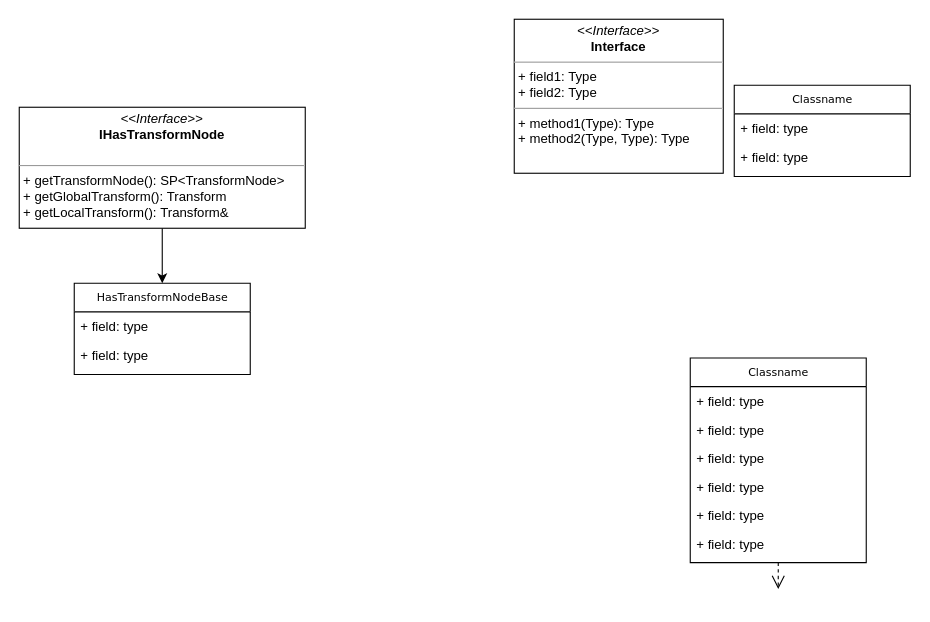
This is docs/uml.drawio from rekrom/adsil-simulation, a draw.io file, before an edit. Source tidied: cells renumbered, new cells numbered last; positions are measured from the earlier drawing's top-left corner, leaving out a move shared by most shapes. Both pictures are drawn from the tidied source at 110%, with x=0, y=0 at pixel (19, 19).
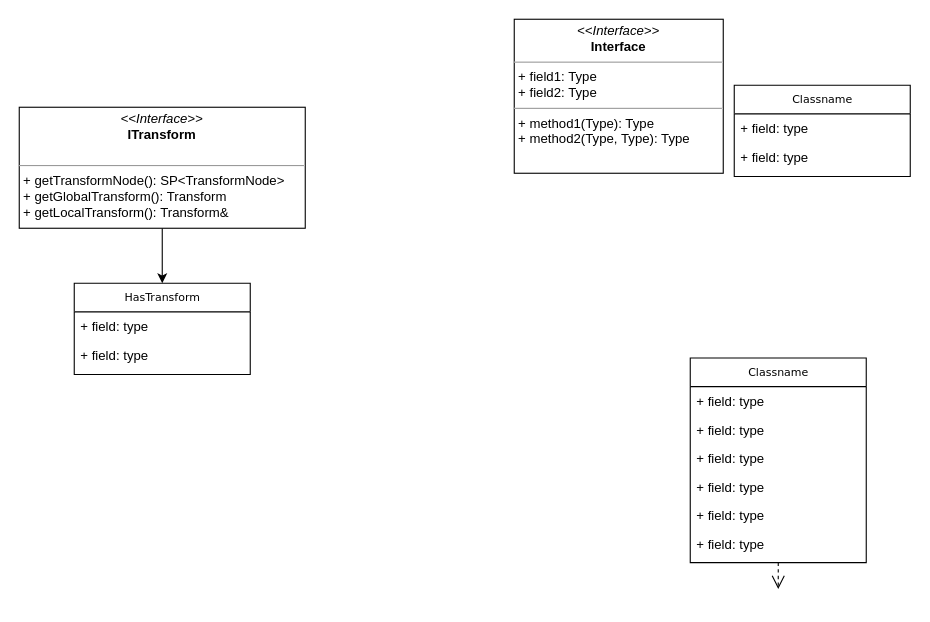
The same diagram, later.

Change to the diagram source:
```diff
@@
 <mxGraphModel>
   <root>
     <mxCell id="0" />
     <mxCell id="1" parent="0" />
     <mxCell id="2" style="edgeStyle=orthogonalEdgeStyle;rounded=0;html=1;dashed=1;labelBackgroundColor=none;startFill=0;endArrow=open;endFill=0;endSize=10;fontFamily=Verdana;fontSize=10;" parent="1" edge="1" source="3">
       <mxGeometry relative="1" as="geometry">
         <mxPoint x="690" y="518" as="targetPoint" />
       </mxGeometry>
     </mxCell>
     <mxCell id="3" value="Classname" style="swimlane;html=1;fontStyle=0;horizontal=1;startSize=26;fillColor=none;swimlaneFillColor=#ffffff;rounded=0;shadow=0;comic=0;labelBackgroundColor=none;strokeWidth=1;fontFamily=Verdana;fontSize=10;align=center;" parent="1" vertex="1">
       <mxGeometry x="610" y="308" width="160" height="186" as="geometry" />
     </mxCell>
     <mxCell id="4" value="+ field: type" style="text;html=1;strokeColor=none;fillColor=none;align=left;verticalAlign=top;spacingLeft=4;spacingRight=4;whiteSpace=wrap;overflow=hidden;" parent="3" vertex="1">
       <mxGeometry y="26" width="160" height="26" as="geometry" />
     </mxCell>
     <mxCell id="5" value="+ field: type" style="text;html=1;strokeColor=none;fillColor=none;align=left;verticalAlign=top;spacingLeft=4;spacingRight=4;whiteSpace=wrap;overflow=hidden;" parent="3" vertex="1">
       <mxGeometry y="52" width="160" height="26" as="geometry" />
     </mxCell>
     <mxCell id="6" value="+ field: type" style="text;html=1;strokeColor=none;fillColor=none;align=left;verticalAlign=top;spacingLeft=4;spacingRight=4;whiteSpace=wrap;overflow=hidden;" parent="3" vertex="1">
       <mxGeometry y="78" width="160" height="26" as="geometry" />
     </mxCell>
     <mxCell id="7" value="+ field: type" style="text;html=1;strokeColor=none;fillColor=none;align=left;verticalAlign=top;spacingLeft=4;spacingRight=4;whiteSpace=wrap;overflow=hidden;" parent="3" vertex="1">
       <mxGeometry y="104" width="160" height="26" as="geometry" />
     </mxCell>
     <mxCell id="8" value="+ field: type" style="text;html=1;strokeColor=none;fillColor=none;align=left;verticalAlign=top;spacingLeft=4;spacingRight=4;whiteSpace=wrap;overflow=hidden;" parent="3" vertex="1">
       <mxGeometry y="130" width="160" height="26" as="geometry" />
     </mxCell>
     <mxCell id="9" value="+ field: type" style="text;html=1;strokeColor=none;fillColor=none;align=left;verticalAlign=top;spacingLeft=4;spacingRight=4;whiteSpace=wrap;overflow=hidden;" parent="3" vertex="1">
       <mxGeometry y="156" width="160" height="26" as="geometry" />
     </mxCell>
-    <mxCell id="10" value="HasTransformNodeBase" style="swimlane;html=1;fontStyle=0;horizontal=1;startSize=26;fillColor=none;swimlaneFillColor=#ffffff;rounded=0;shadow=0;comic=0;labelBackgroundColor=none;strokeWidth=1;fontFamily=Verdana;fontSize=10;align=center;" parent="1" vertex="1">
+    <mxCell id="10" value="HasTransform" style="swimlane;html=1;fontStyle=0;horizontal=1;startSize=26;fillColor=none;swimlaneFillColor=#ffffff;rounded=0;shadow=0;comic=0;labelBackgroundColor=none;strokeWidth=1;fontFamily=Verdana;fontSize=10;align=center;" parent="1" vertex="1">
       <mxGeometry x="50" y="240" width="160" height="83" as="geometry" />
     </mxCell>
     <mxCell id="11" value="+ field: type" style="text;html=1;strokeColor=none;fillColor=none;align=left;verticalAlign=top;spacingLeft=4;spacingRight=4;whiteSpace=wrap;overflow=hidden;" parent="10" vertex="1">
       <mxGeometry y="26" width="160" height="26" as="geometry" />
     </mxCell>
     <mxCell id="12" value="+ field: type" style="text;html=1;strokeColor=none;fillColor=none;align=left;verticalAlign=top;spacingLeft=4;spacingRight=4;whiteSpace=wrap;overflow=hidden;" parent="10" vertex="1">
       <mxGeometry y="52" width="160" height="26" as="geometry" />
     </mxCell>
     <mxCell id="13" style="edgeStyle=orthogonalEdgeStyle;rounded=0;jettySize=auto;html=1;entryX=0.5;entryY=0;entryDx=0;entryDy=0;" parent="1" edge="1" source="14" target="10">
       <mxGeometry relative="1" as="geometry" />
     </mxCell>
-    <mxCell id="14" value="&lt;p style=&quot;margin:0px;margin-top:4px;text-align:center;&quot;&gt;&lt;i&gt;&amp;lt;&amp;lt;Interface&amp;gt;&amp;gt;&lt;/i&gt;&lt;br&gt;&lt;b&gt;IHasTransformNode&lt;/b&gt;&lt;/p&gt;&lt;br&gt;&lt;hr size=&quot;1&quot;&gt;&lt;p style=&quot;margin:0px;margin-left:4px;&quot;&gt;+ getTransformNode(): SP&amp;lt;TransformNode&amp;gt;&lt;br&gt;&lt;/p&gt;&lt;p style=&quot;margin:0px;margin-left:4px;&quot;&gt;&lt;span style=&quot;background-color: transparent; color: light-dark(rgb(0, 0, 0), rgb(255, 255, 255));&quot;&gt;+ getGlobalTransform():&amp;nbsp;&lt;/span&gt;&lt;span style=&quot;background-color: transparent; color: light-dark(rgb(0, 0, 0), rgb(255, 255, 255));&quot;&gt;Transform&lt;/span&gt;&lt;/p&gt;&lt;p style=&quot;margin:0px;margin-left:4px;&quot;&gt;+ getLocalTransform():&amp;nbsp;&lt;span style=&quot;background-color: transparent; color: light-dark(rgb(0, 0, 0), rgb(255, 255, 255));&quot;&gt;Transform&amp;amp;&lt;/span&gt;&lt;/p&gt;" style="verticalAlign=top;align=left;overflow=fill;fontSize=12;fontFamily=Helvetica;html=1;rounded=0;shadow=0;comic=0;labelBackgroundColor=none;strokeWidth=1;" parent="1" vertex="1">
+    <mxCell id="14" value="&lt;p style=&quot;margin:0px;margin-top:4px;text-align:center;&quot;&gt;&lt;i&gt;&amp;lt;&amp;lt;Interface&amp;gt;&amp;gt;&lt;/i&gt;&lt;br&gt;&lt;b&gt;ITransform&lt;/b&gt;&lt;/p&gt;&lt;br&gt;&lt;hr size=&quot;1&quot;&gt;&lt;p style=&quot;margin:0px;margin-left:4px;&quot;&gt;+ getTransformNode(): SP&amp;lt;TransformNode&amp;gt;&lt;br&gt;&lt;/p&gt;&lt;p style=&quot;margin:0px;margin-left:4px;&quot;&gt;&lt;span style=&quot;background-color: transparent; color: light-dark(rgb(0, 0, 0), rgb(255, 255, 255));&quot;&gt;+ getGlobalTransform():&amp;nbsp;&lt;/span&gt;&lt;span style=&quot;background-color: transparent; color: light-dark(rgb(0, 0, 0), rgb(255, 255, 255));&quot;&gt;Transform&lt;/span&gt;&lt;/p&gt;&lt;p style=&quot;margin:0px;margin-left:4px;&quot;&gt;+ getLocalTransform():&amp;nbsp;&lt;span style=&quot;background-color: transparent; color: light-dark(rgb(0, 0, 0), rgb(255, 255, 255));&quot;&gt;Transform&amp;amp;&lt;/span&gt;&lt;/p&gt;" style="verticalAlign=top;align=left;overflow=fill;fontSize=12;fontFamily=Helvetica;html=1;rounded=0;shadow=0;comic=0;labelBackgroundColor=none;strokeWidth=1;" parent="1" vertex="1">
       <mxGeometry y="80" width="260" height="110" as="geometry" />
     </mxCell>
     <mxCell id="15" value="Classname" style="swimlane;html=1;fontStyle=0;horizontal=1;startSize=26;fillColor=none;swimlaneFillColor=#ffffff;rounded=0;shadow=0;comic=0;labelBackgroundColor=none;strokeWidth=1;fontFamily=Verdana;fontSize=10;align=center;" parent="1" vertex="1">
       <mxGeometry x="650" y="60" width="160" height="83" as="geometry" />
     </mxCell>
     <mxCell id="16" value="+ field: type" style="text;html=1;strokeColor=none;fillColor=none;align=left;verticalAlign=top;spacingLeft=4;spacingRight=4;whiteSpace=wrap;overflow=hidden;" parent="15" vertex="1">
       <mxGeometry y="26" width="160" height="26" as="geometry" />
     </mxCell>
     <mxCell id="17" value="+ field: type" style="text;html=1;strokeColor=none;fillColor=none;align=left;verticalAlign=top;spacingLeft=4;spacingRight=4;whiteSpace=wrap;overflow=hidden;" parent="15" vertex="1">
       <mxGeometry y="52" width="160" height="26" as="geometry" />
     </mxCell>
     <mxCell id="18" value="&lt;p style=&quot;margin:0px;margin-top:4px;text-align:center;&quot;&gt;&lt;i&gt;&amp;lt;&amp;lt;Interface&amp;gt;&amp;gt;&lt;/i&gt;&lt;br/&gt;&lt;b&gt;Interface&lt;/b&gt;&lt;/p&gt;&lt;hr size=&quot;1&quot;/&gt;&lt;p style=&quot;margin:0px;margin-left:4px;&quot;&gt;+ field1: Type&lt;br/&gt;+ field2: Type&lt;/p&gt;&lt;hr size=&quot;1&quot;/&gt;&lt;p style=&quot;margin:0px;margin-left:4px;&quot;&gt;+ method1(Type): Type&lt;br/&gt;+ method2(Type, Type): Type&lt;/p&gt;" style="verticalAlign=top;align=left;overflow=fill;fontSize=12;fontFamily=Helvetica;html=1;rounded=0;shadow=0;comic=0;labelBackgroundColor=none;strokeWidth=1;" parent="1" vertex="1">
       <mxGeometry x="450" width="190" height="140" as="geometry" />
     </mxCell>
   </root>
 </mxGraphModel>
```
